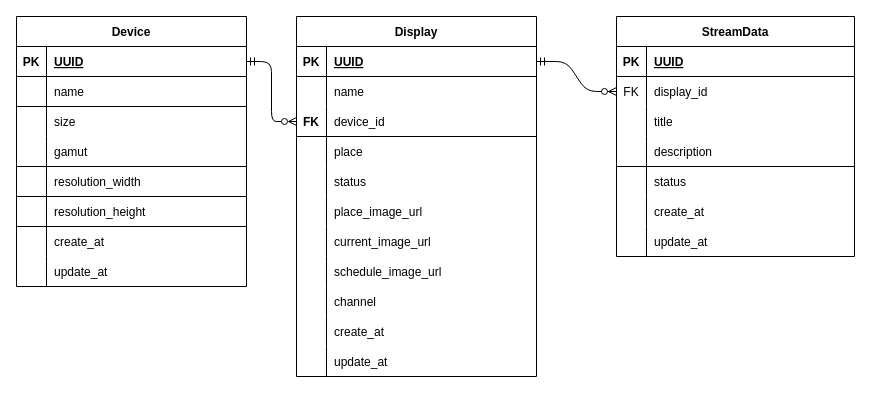
Above: display_er_model.drawio in monosparta/borrow_meetingroom_display (draw.io), before the change. Source tidied: cells renumbered, new cells numbered last; positions are measured from the earlier drawing's top-left corner, leaving out a move shared by most shapes. Both pictures are drawn from the tidied source at 100%, with x=0, y=0 at pixel (16, 16).
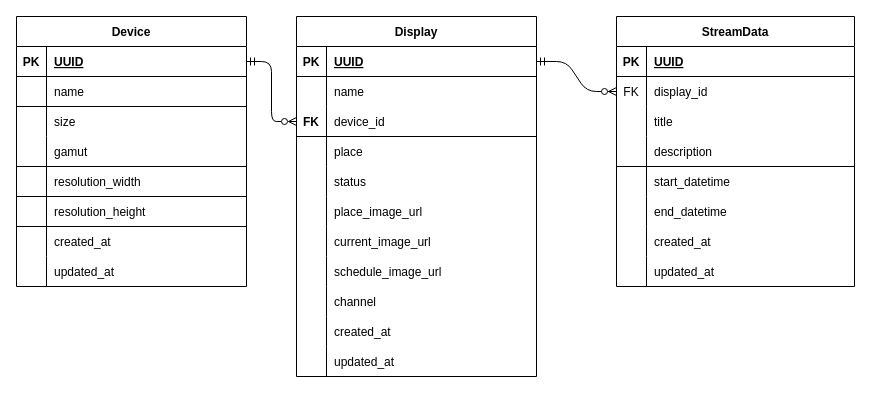
Above is the later version.

Commit message:
fix stream data er_model&timestamp

The change refers to these unchanged cells:
```xml
<mxCell id="15" style="shape=tableRow;horizontal=0;startSize=0;swimlaneHead=0;swimlaneBody=0;fillColor=none;top=0;left=0;right=0;bottom=0;fontColor=default;" parent="2" vertex="1">
  <mxGeometry y="150" width="238" height="30" as="geometry" />
</mxCell>
<mxCell id="52" style="shape=tableRow;horizontal=0;startSize=0;swimlaneHead=0;swimlaneBody=0;fillColor=none;top=0;left=0;right=0;bottom=0;fontColor=default;" parent="24" vertex="1">
  <mxGeometry y="300" width="240" height="30" as="geometry" />
</mxCell>
<mxCell id="55" style="shape=tableRow;horizontal=0;startSize=0;swimlaneHead=0;swimlaneBody=0;fillColor=none;top=0;left=0;right=0;bottom=0;fontColor=default;" parent="24" vertex="1">
  <mxGeometry y="330" width="240" height="30" as="geometry" />
</mxCell>
<mxCell id="78" style="shape=tableRow;horizontal=0;startSize=0;swimlaneHead=0;swimlaneBody=0;fillColor=none;top=0;left=0;right=0;bottom=0;fontColor=default;" parent="59" vertex="1">
  <mxGeometry y="210" width="230" height="30" as="geometry" />
</mxCell>
<mxCell id="81" style="shape=tableRow;horizontal=0;startSize=0;swimlaneHead=0;swimlaneBody=0;fillColor=none;top=0;left=0;right=0;bottom=0;fontColor=default;" parent="59" vertex="1">
  <mxGeometry y="240" width="230" height="30" as="geometry" />
</mxCell>
```

What changed in the source:
```diff
@@
     <mxCell id="2" value="StreamData" style="shape=table;startSize=30;childLayout=tableLayout;rowLines=0;fontStyle=1;align=center;fontColor=default;" parent="1" vertex="1">
-      <mxGeometry x="600" width="238" height="240" as="geometry" />
+      <mxGeometry x="600" width="238" height="270" as="geometry" />
     </mxCell>
@@
-    <mxCell id="17" value="status" style="shape=partialRectangle;fillColor=none;top=0;left=0;bottom=0;right=0;align=left;spacingLeft=6;overflow=hidden;fontColor=default;" parent="15" vertex="1">
+    <mxCell id="17" value="start_datetime" style="shape=partialRectangle;fillColor=none;top=0;left=0;bottom=0;right=0;align=left;spacingLeft=6;overflow=hidden;fontColor=default;" parent="15" vertex="1">
       <mxGeometry x="30" width="208" height="30" as="geometry" />
     </mxCell>
+    <mxCell id="85" style="shape=tableRow;horizontal=0;startSize=0;swimlaneHead=0;swimlaneBody=0;fillColor=none;top=0;left=0;right=0;bottom=0;fontColor=default;" parent="2" vertex="1">
+      <mxGeometry y="180" width="238" height="30" as="geometry" />
+    </mxCell>
+    <mxCell id="86" style="shape=partialRectangle;fillColor=none;top=0;left=0;bottom=0;right=0;overflow=hidden;fontColor=default;" parent="85" vertex="1">
+      <mxGeometry width="30" height="30" as="geometry" />
+    </mxCell>
+    <mxCell id="87" value="end_datetime" style="shape=partialRectangle;fillColor=none;top=0;left=0;bottom=0;right=0;align=left;spacingLeft=6;overflow=hidden;fontColor=default;" parent="85" vertex="1">
+      <mxGeometry x="30" width="208" height="30" as="geometry" />
+    </mxCell>
     <mxCell id="18" style="shape=tableRow;horizontal=0;startSize=0;swimlaneHead=0;swimlaneBody=0;fillColor=none;top=0;left=0;right=0;bottom=0;fontColor=default;" parent="2" vertex="1">
-      <mxGeometry y="180" width="238" height="30" as="geometry" />
+      <mxGeometry y="210" width="238" height="30" as="geometry" />
     </mxCell>
@@
-    <mxCell id="20" value="create_at" style="shape=partialRectangle;fillColor=none;top=0;left=0;bottom=0;right=0;align=left;spacingLeft=6;overflow=hidden;fontColor=default;" parent="18" vertex="1">
+    <mxCell id="20" value="created_at" style="shape=partialRectangle;fillColor=none;top=0;left=0;bottom=0;right=0;align=left;spacingLeft=6;overflow=hidden;fontColor=default;" parent="18" vertex="1">
       <mxGeometry x="30" width="208" height="30" as="geometry" />
     </mxCell>
     <mxCell id="21" style="shape=tableRow;horizontal=0;startSize=0;swimlaneHead=0;swimlaneBody=0;fillColor=none;top=0;left=0;right=0;bottom=0;fontColor=default;" parent="2" vertex="1">
-      <mxGeometry y="210" width="238" height="30" as="geometry" />
+      <mxGeometry y="240" width="238" height="30" as="geometry" />
     </mxCell>
@@
-    <mxCell id="23" value="update_at" style="shape=partialRectangle;fillColor=none;top=0;left=0;bottom=0;right=0;align=left;spacingLeft=6;overflow=hidden;fontColor=default;" parent="21" vertex="1">
+    <mxCell id="23" value="updated_at" style="shape=partialRectangle;fillColor=none;top=0;left=0;bottom=0;right=0;align=left;spacingLeft=6;overflow=hidden;fontColor=default;" parent="21" vertex="1">
       <mxGeometry x="30" width="208" height="30" as="geometry" />
     </mxCell>
@@
-    <mxCell id="54" value="create_at" style="shape=partialRectangle;fillColor=none;top=0;left=0;bottom=0;right=0;align=left;spacingLeft=6;overflow=hidden;strokeColor=#FF0000;fontColor=default;" parent="52" vertex="1">
+    <mxCell id="54" value="created_at" style="shape=partialRectangle;fillColor=none;top=0;left=0;bottom=0;right=0;align=left;spacingLeft=6;overflow=hidden;strokeColor=#FF0000;fontColor=default;" parent="52" vertex="1">
       <mxGeometry x="30" width="210" height="30" as="geometry" />
     </mxCell>
@@
-    <mxCell id="57" value="update_at" style="shape=partialRectangle;fillColor=none;top=0;left=0;bottom=0;right=0;align=left;spacingLeft=6;overflow=hidden;strokeColor=#FF0000;fontColor=default;" parent="55" vertex="1">
+    <mxCell id="57" value="updated_at" style="shape=partialRectangle;fillColor=none;top=0;left=0;bottom=0;right=0;align=left;spacingLeft=6;overflow=hidden;strokeColor=#FF0000;fontColor=default;" parent="55" vertex="1">
       <mxGeometry x="30" width="210" height="30" as="geometry" />
     </mxCell>
@@
-    <mxCell id="80" value="create_at" style="shape=partialRectangle;fillColor=none;top=0;left=0;bottom=0;right=0;align=left;spacingLeft=6;overflow=hidden;strokeColor=#FF0000;fontColor=default;" parent="78" vertex="1">
+    <mxCell id="80" value="created_at" style="shape=partialRectangle;fillColor=none;top=0;left=0;bottom=0;right=0;align=left;spacingLeft=6;overflow=hidden;strokeColor=#FF0000;fontColor=default;" parent="78" vertex="1">
       <mxGeometry x="30" width="200" height="30" as="geometry" />
     </mxCell>
@@
-    <mxCell id="83" value="update_at" style="shape=partialRectangle;fillColor=none;top=0;left=0;bottom=0;right=0;align=left;spacingLeft=6;overflow=hidden;strokeColor=#FF0000;fontColor=default;" parent="81" vertex="1">
+    <mxCell id="83" value="updated_at" style="shape=partialRectangle;fillColor=none;top=0;left=0;bottom=0;right=0;align=left;spacingLeft=6;overflow=hidden;strokeColor=#FF0000;fontColor=default;" parent="81" vertex="1">
       <mxGeometry x="30" width="200" height="30" as="geometry" />
     </mxCell>
```
